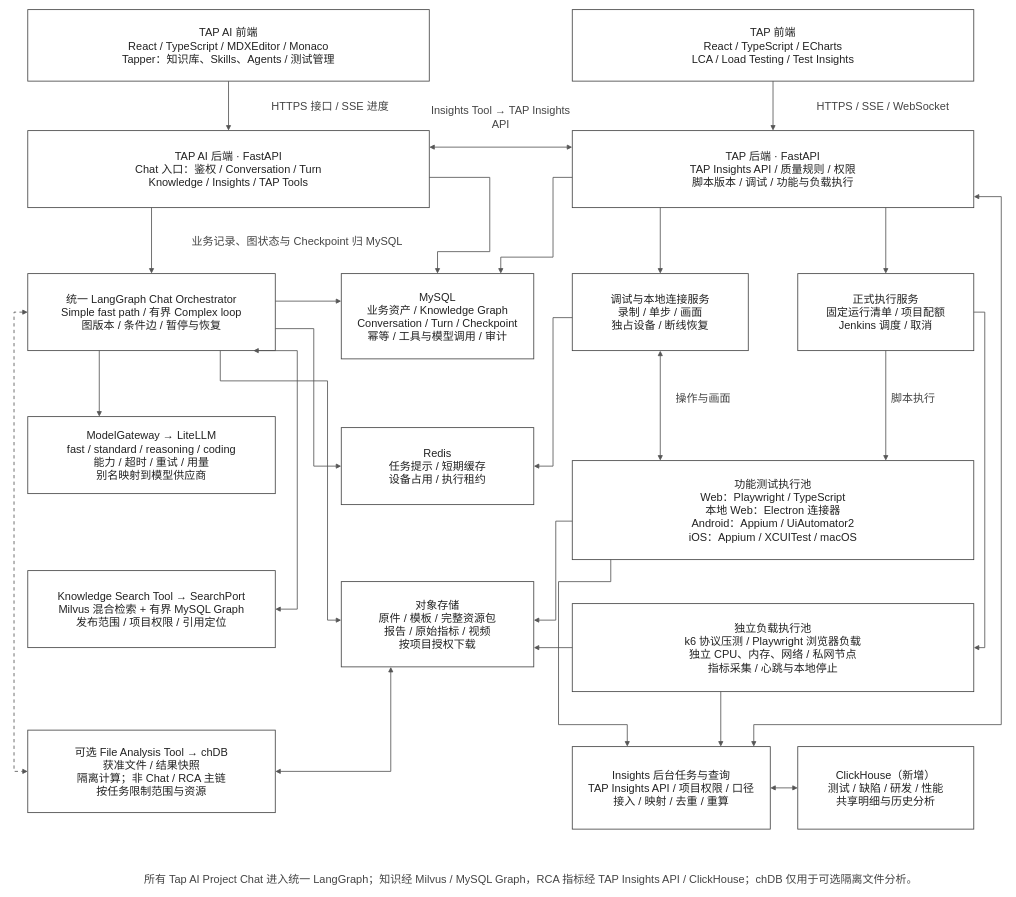
Before: page "技术架构" (3 of 11) of docs/assets/rfc-011/2026-09-17-platform-design.drawio in patrickstarpty/tap, a draw.io diagram. Source tidied: cells renumbered, new cells numbered last; positions are measured from the earlier drawing's top-left corner, leaving out a move shared by most shapes. Both pictures are drawn from the tidied source at 55%, with x=0, y=0 at pixel (14, 9).
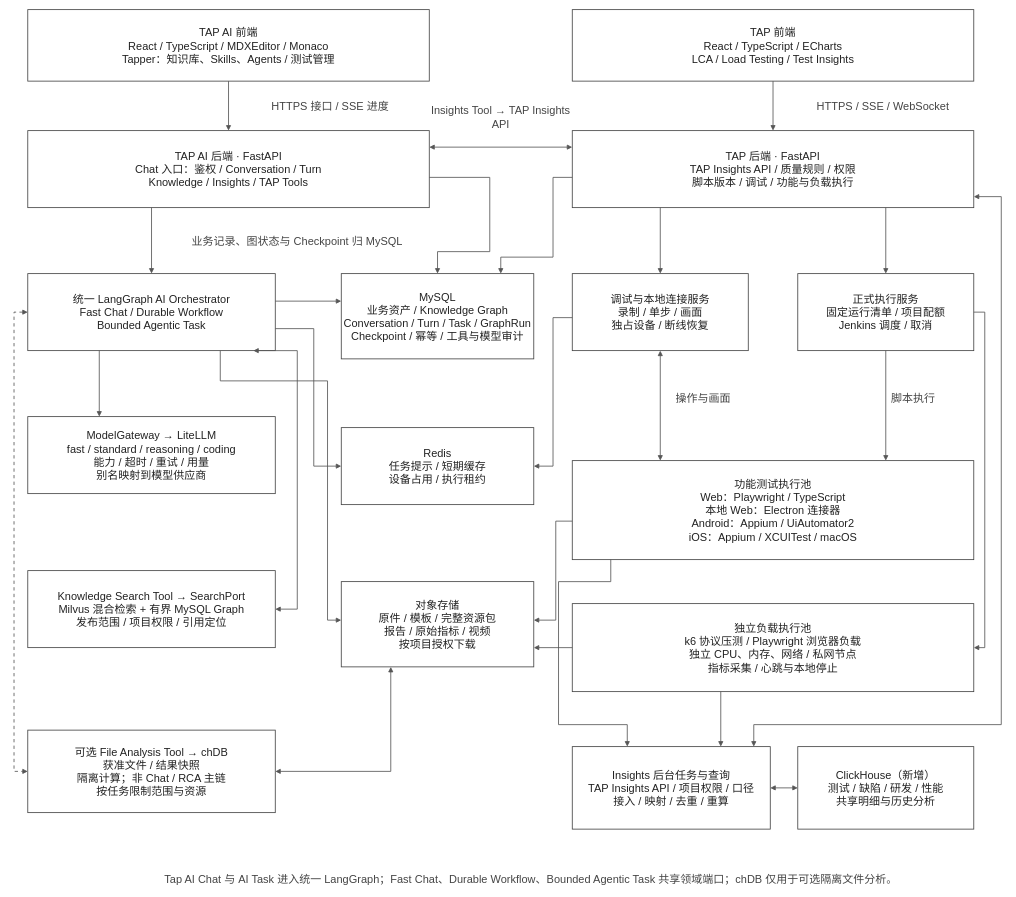
After the change.

The edit, as a diff of the source:
```diff
@@
-    <mxCell id="6" value="统一 LangGraph Chat Orchestrator&#10;Simple fast path / 有界 Complex loop&#10;图版本 / 条件边 / 暂停与恢复" style="rounded=0;whiteSpace=wrap;html=0;fillColor=#ffffff;strokeColor=#444444;strokeWidth=1.5;fontColor=#222222;fontSize=20;fontFamily=Helvetica;" parent="1" vertex="1">
+    <mxCell id="6" value="统一 LangGraph AI Orchestrator&#10;Fast Chat / Durable Workflow&#10;Bounded Agentic Task" style="rounded=0;whiteSpace=wrap;html=0;fillColor=#ffffff;strokeColor=#444444;strokeWidth=1.5;fontColor=#222222;fontSize=20;fontFamily=Helvetica;" parent="1" vertex="1">
       <mxGeometry x="25" y="480" width="450" height="140" as="geometry" />
     </mxCell>
@@
-    <mxCell id="12" value="MySQL&#10;业务资产 / Knowledge Graph&#10;Conversation / Turn / Checkpoint&#10;幂等 / 工具与模型调用 / 审计" style="rounded=0;whiteSpace=wrap;html=0;fillColor=#ffffff;strokeColor=#444444;strokeWidth=1.5;fontColor=#222222;fontSize=20;fontFamily=Helvetica;" parent="1" vertex="1">
+    <mxCell id="12" value="MySQL&#10;业务资产 / Knowledge Graph&#10;Conversation / Turn / Task / GraphRun&#10;Checkpoint / 幂等 / 工具与模型审计" style="rounded=0;whiteSpace=wrap;html=0;fillColor=#ffffff;strokeColor=#444444;strokeWidth=1.5;fontColor=#222222;fontSize=20;fontFamily=Helvetica;" parent="1" vertex="1">
       <mxGeometry x="595" y="480" width="350" height="155" as="geometry" />
     </mxCell>
@@
-    <mxCell id="50" value="所有 Tap AI Project Chat 进入统一 LangGraph；知识经 Milvus / MySQL Graph，RCA 指标经 TAP Insights API / ClickHouse；chDB 仅用于可选隔离文件分析。" style="text;html=0;align=center;verticalAlign=middle;whiteSpace=wrap;fontSize=20;fontColor=#444444;" parent="1" vertex="1">
+    <mxCell id="50" value="Tap AI Chat 与 AI Task 进入统一 LangGraph；Fast Chat、Durable Workflow、Bounded Agentic Task 共享领域端口；chDB 仅用于可选隔离文件分析。" style="text;html=0;align=center;verticalAlign=middle;whiteSpace=wrap;fontSize=20;fontColor=#444444;" parent="1" vertex="1">
       <mxGeometry x="190" y="1565" width="1500" height="30" as="geometry" />
     </mxCell>
```
